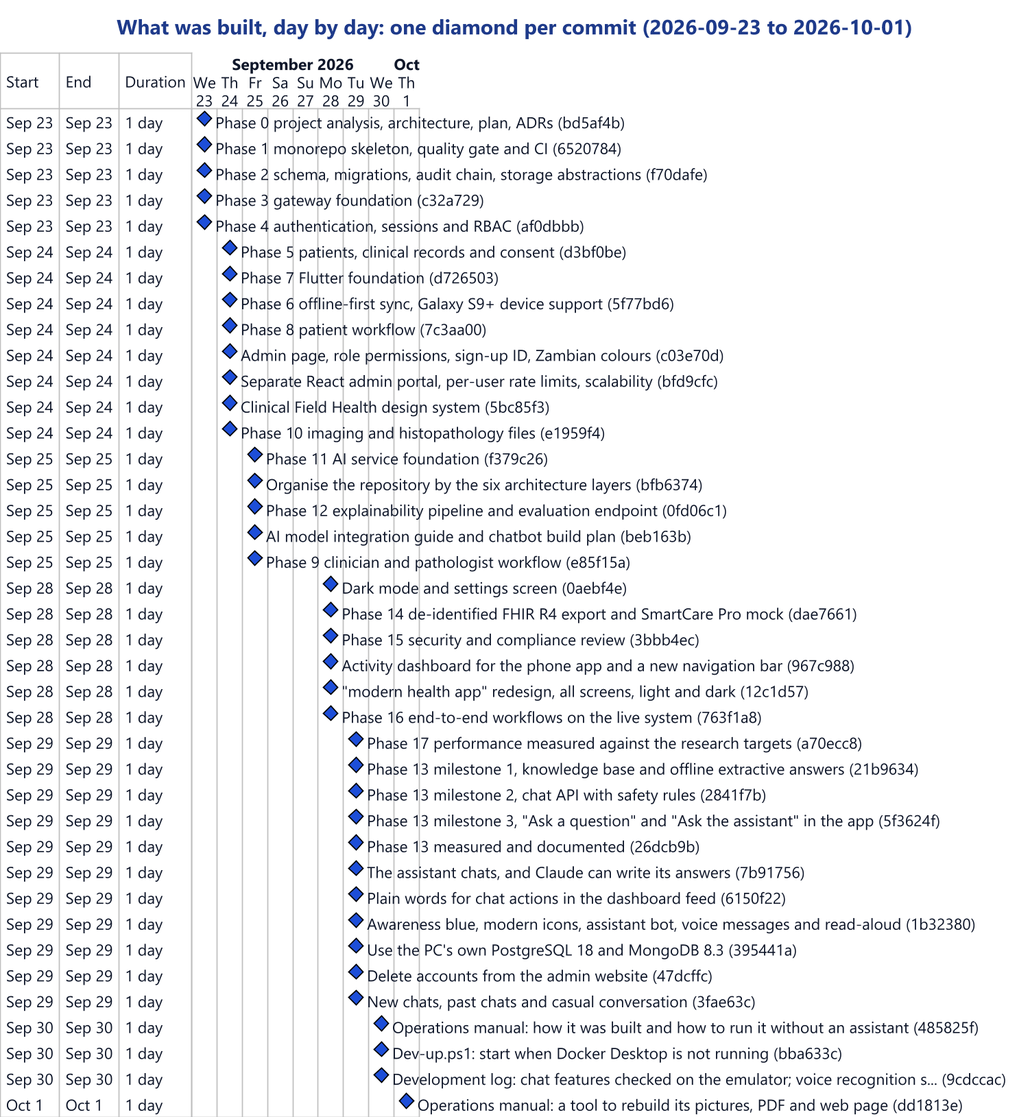
Above: docs/report/figures/gantt-actual.png in deedeestephen/final-year-project (PlantUML), before the change. Its source is kept beside it as docs/report/diagrams/generated/gantt-actual.puml.
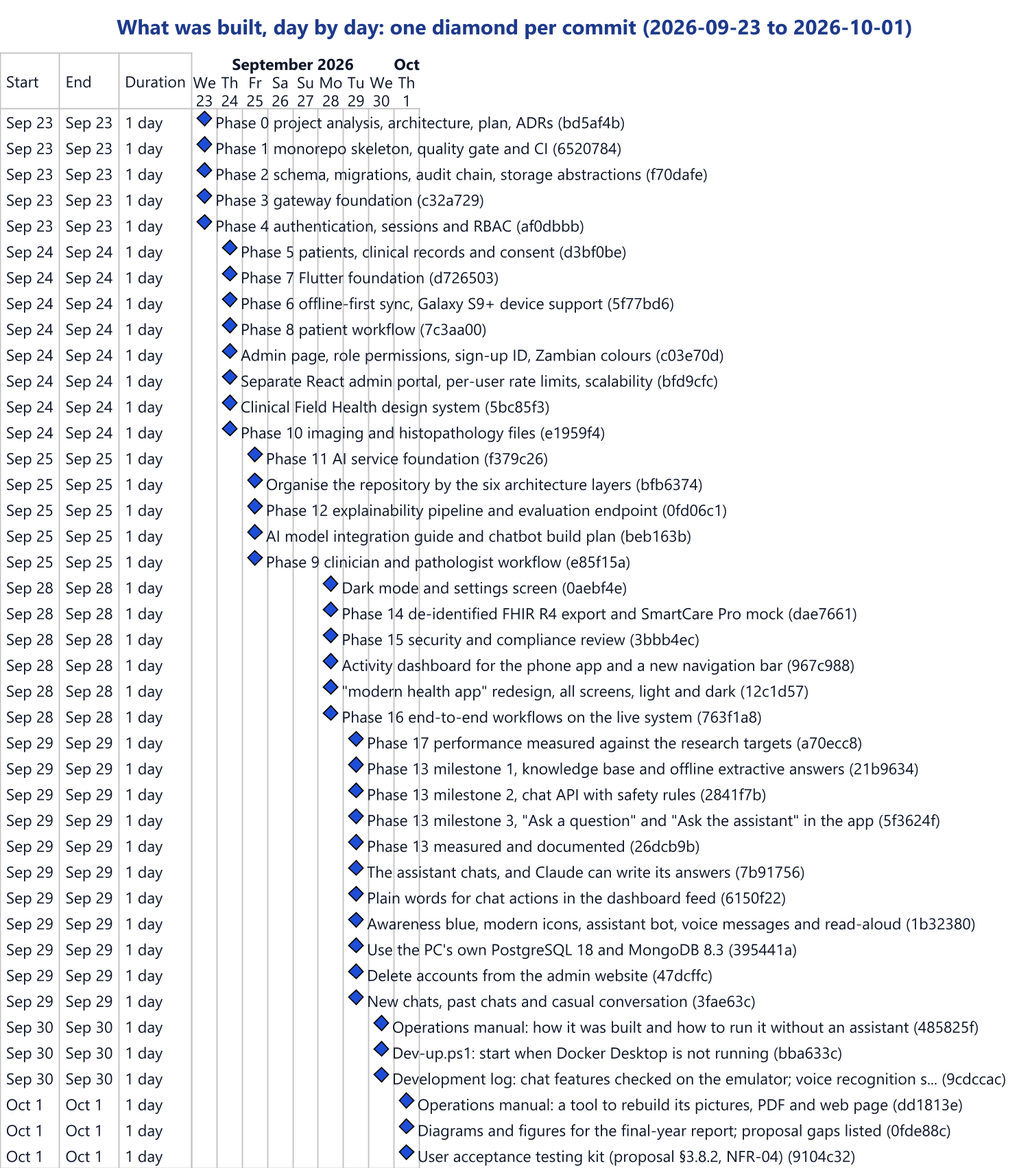
After the change.

The edit, as a diff of the source:
```diff
@@ -50,4 +50,6 @@
 [Dev-up.ps1: start when Docker Desktop is not running (bba633c)] happens 2026-09-30
 [Development log: chat features checked on the emulator; voice recognition s... (9cdccac)] happens 2026-09-30
 [Operations manual: a tool to rebuild its pictures, PDF and web page (dd1813e)] happens 2026-10-01
+[Diagrams and figures for the final-year report; proposal gaps listed (0fde88c)] happens 2026-10-01
+[User acceptance testing kit (proposal §3.8.2, NFR-04) (9104c32)] happens 2026-10-01
 @endgantt
```
